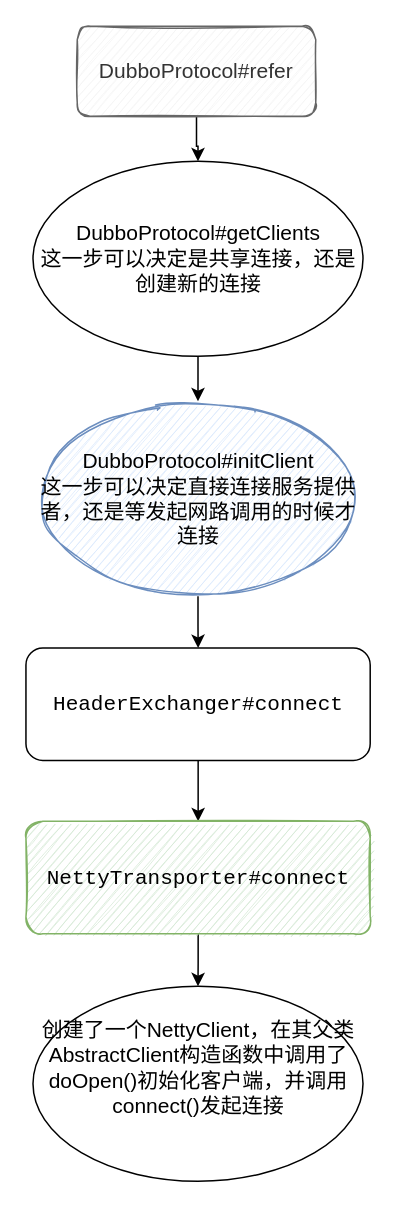
Before: dubbo/服务连接的过程.drawio in erlieStar/diagrams, a draw.io diagram. Source tidied: cells renumbered, new cells numbered last; positions are measured from the earlier drawing's top-left corner, leaving out a move shared by most shapes. Both pictures are drawn from the tidied source at 150%, with x=0, y=0 at pixel (26, 26).
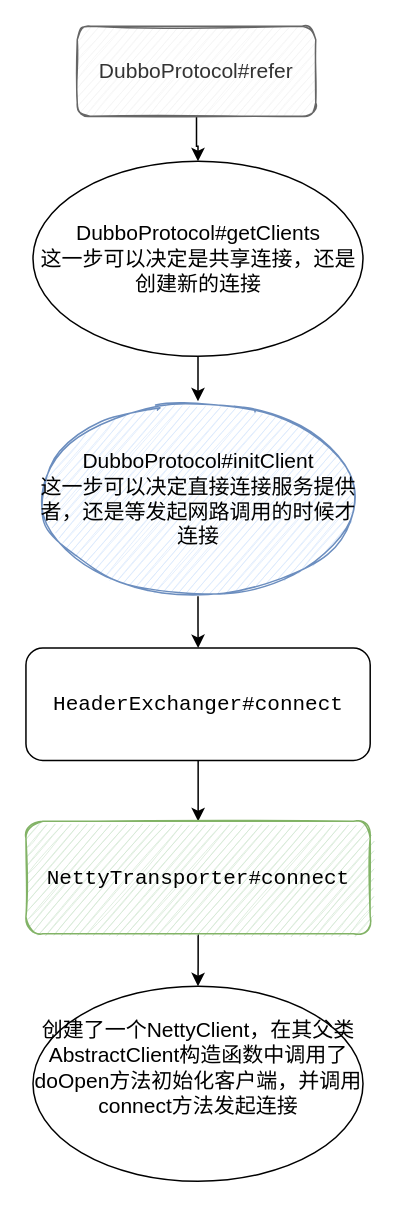
After the change.

Commit message (it also covers changes not shown here):
Update 服务连接的过程.drawio

Change to the diagram source:
```diff
@@
 <mxGraphModel>
   <root>
     <mxCell id="0" />
     <mxCell id="1" parent="0" />
     <mxCell id="2" style="edgeStyle=orthogonalEdgeStyle;rounded=0;jettySize=auto;html=1;" parent="1" edge="1" source="3" target="5">
       <mxGeometry relative="1" as="geometry" />
     </mxCell>
     <mxCell id="3" value="&lt;font style=&quot;font-size: 14px&quot;&gt;DubboProtocol#refer&lt;/font&gt;" style="rounded=1;whiteSpace=wrap;html=1;fillColor=#f5f5f5;strokeColor=#666666;fontColor=#333333;shadow=0;sketch=1;" parent="1" vertex="1">
       <mxGeometry x="34" width="159" height="60" as="geometry" />
     </mxCell>
     <mxCell id="4" style="edgeStyle=orthogonalEdgeStyle;rounded=0;jettySize=auto;html=1;" parent="1" edge="1" source="5" target="7">
       <mxGeometry relative="1" as="geometry" />
     </mxCell>
     <mxCell id="5" value="&lt;font style=&quot;font-size: 14px&quot;&gt;DubboProtocol#getClients&lt;br&gt;这一步可以决定是共享连接，还是创建新的连接&lt;br&gt;&lt;/font&gt;" style="ellipse;whiteSpace=wrap;html=1;" parent="1" vertex="1">
       <mxGeometry x="4.5" y="90" width="220" height="130" as="geometry" />
     </mxCell>
     <mxCell id="6" style="edgeStyle=orthogonalEdgeStyle;rounded=0;jettySize=auto;html=1;" parent="1" edge="1" source="7" target="9">
       <mxGeometry relative="1" as="geometry" />
     </mxCell>
     <mxCell id="7" value="&lt;font style=&quot;font-size: 14px&quot;&gt;&lt;font&gt;DubboProtocol#&lt;/font&gt;&lt;font&gt;initClient&lt;/font&gt;&lt;/font&gt;&lt;font&gt;&lt;font style=&quot;font-size: 14px&quot;&gt;&lt;br&gt;这一步可以决定直接连接服务提供者，还是等发起网路调用的时候才连接&lt;/font&gt;&lt;br&gt;&lt;/font&gt;" style="ellipse;whiteSpace=wrap;html=1;fillColor=#dae8fc;strokeColor=#6c8ebf;sketch=1;" parent="1" vertex="1">
       <mxGeometry x="4.5" y="250" width="220" height="130" as="geometry" />
     </mxCell>
     <mxCell id="8" style="edgeStyle=orthogonalEdgeStyle;rounded=0;jettySize=auto;html=1;" parent="1" edge="1" source="9" target="11">
       <mxGeometry relative="1" as="geometry" />
     </mxCell>
     <mxCell id="9" value="&lt;pre&gt;&lt;font style=&quot;font-size: 14px&quot;&gt;HeaderExchanger#connect&lt;/font&gt;&lt;/pre&gt;" style="rounded=1;whiteSpace=wrap;html=1;" parent="1" vertex="1">
       <mxGeometry x="-0.2" y="414.5" width="229.5" height="75" as="geometry" />
     </mxCell>
     <mxCell id="10" style="edgeStyle=orthogonalEdgeStyle;rounded=0;jettySize=auto;html=1;" parent="1" edge="1" source="11" target="12">
       <mxGeometry relative="1" as="geometry" />
     </mxCell>
     <mxCell id="11" value="&lt;pre&gt;&lt;pre&gt;&lt;font style=&quot;font-size: 14px&quot;&gt;NettyTransporter#connect&lt;/font&gt;&lt;/pre&gt;&lt;/pre&gt;" style="rounded=1;whiteSpace=wrap;html=1;fillColor=#d5e8d4;strokeColor=#82b366;shadow=0;sketch=1;" parent="1" vertex="1">
       <mxGeometry x="-0.2" y="530" width="229.5" height="75" as="geometry" />
     </mxCell>
-    <mxCell id="12" value="&lt;font style=&quot;font-size: 14px&quot;&gt;创建了一个NettyClient，在其父类AbstractClient构造函数中调用了doOpen()初始化客户端，并调用connect()发起连接&lt;span style=&quot;background-color: rgb(43 , 43 , 43) ; color: rgb(169 , 183 , 198) ; font-family: &amp;#34;menlo&amp;#34;&quot;&gt;&lt;br&gt;&lt;/span&gt;&lt;/font&gt;&lt;span style=&quot;background-color: rgb(43 , 43 , 43) ; color: rgb(169 , 183 , 198) ; font-family: &amp;#34;menlo&amp;#34; ; font-size: 13.5pt&quot;&gt;&lt;br&gt;&lt;/span&gt;" style="ellipse;whiteSpace=wrap;html=1;" parent="1" vertex="1">
+    <mxCell id="12" value="&lt;font style=&quot;font-size: 14px&quot;&gt;创建了一个NettyClient，在其父类AbstractClient构造函数中调用了doOpen方法初始化客户端，并调用connect方法发起连接&lt;span style=&quot;background-color: rgb(43 , 43 , 43) ; color: rgb(169 , 183 , 198) ; font-family: &amp;#34;menlo&amp;#34;&quot;&gt;&lt;br&gt;&lt;/span&gt;&lt;/font&gt;&lt;span style=&quot;background-color: rgb(43 , 43 , 43) ; color: rgb(169 , 183 , 198) ; font-family: &amp;#34;menlo&amp;#34; ; font-size: 13.5pt&quot;&gt;&lt;br&gt;&lt;/span&gt;" style="ellipse;whiteSpace=wrap;html=1;" parent="1" vertex="1">
       <mxGeometry x="4.5" y="640" width="220" height="130" as="geometry" />
     </mxCell>
   </root>
 </mxGraphModel>
```
